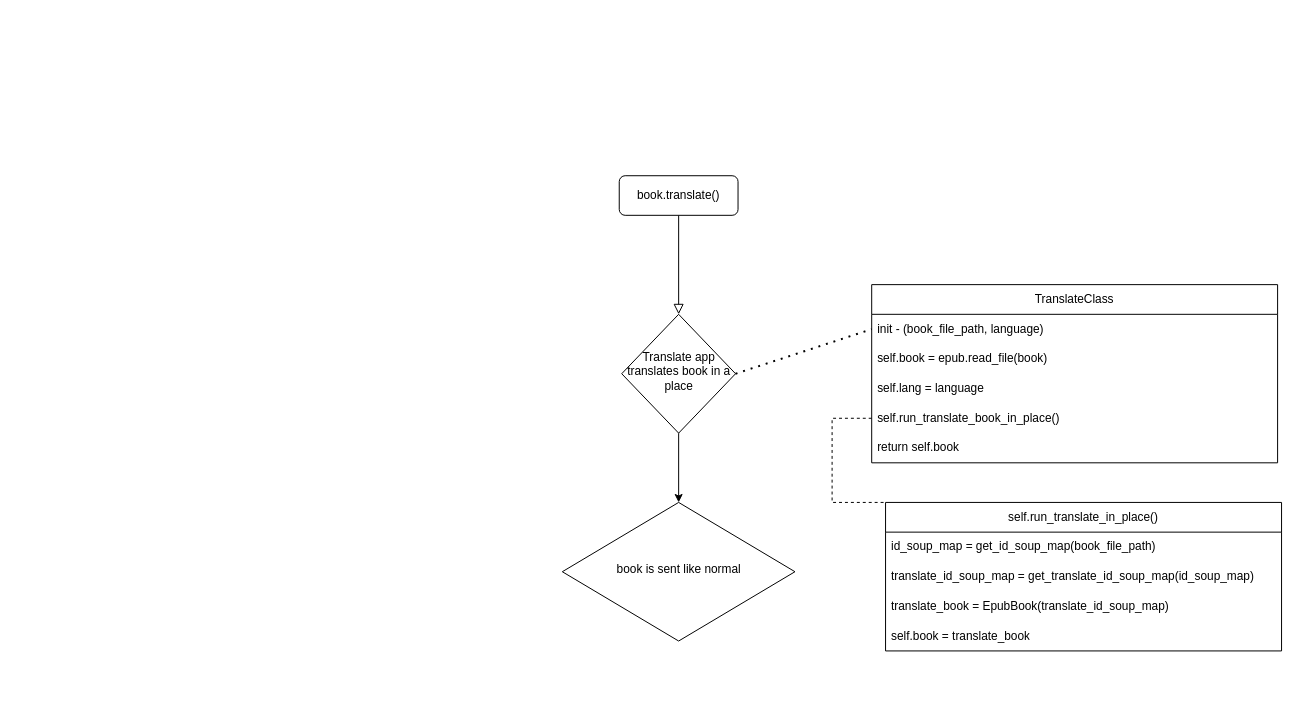
The draw.io diagram Untitled Diagram.drawio in bllendev/kalibre, before the edit. Source tidied: cells renumbered, new cells numbered last; positions are measured from the earlier drawing's top-left corner, leaving out a move shared by most shapes. Both pictures are drawn from the tidied source at 99%, with x=0, y=0 at pixel (562, 175).
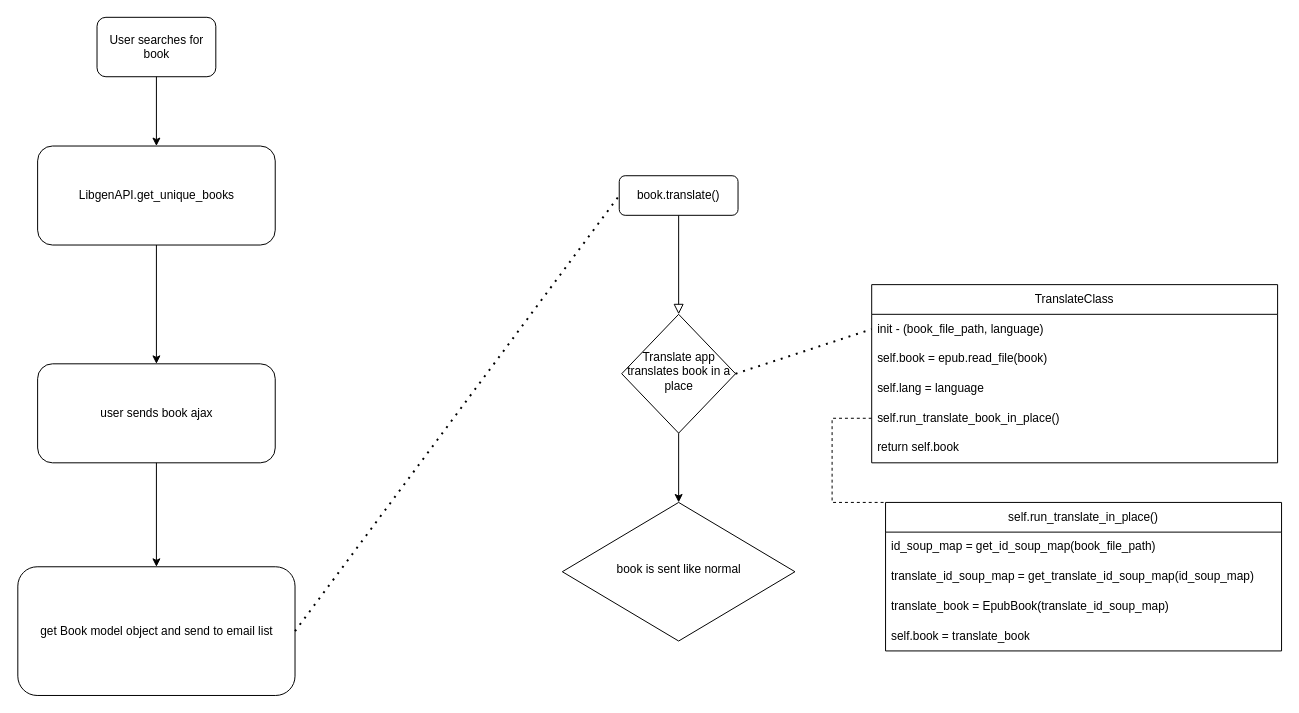
After the change.

The change refers to these unchanged cells:
```xml
<mxCell id="3" value="book.translate()" style="rounded=1;whiteSpace=wrap;html=1;fontSize=12;glass=0;strokeWidth=1;shadow=0;" parent="1" vertex="1">
  <mxGeometry x="57" width="120" height="40" as="geometry" />
</mxCell>
```

The edit, as a diff of the source:
```diff
@@
+    <mxCell id="20" value="User searches for book" style="rounded=1;whiteSpace=wrap;html=1;" parent="1" vertex="1">
+      <mxGeometry x="-470.5" y="-160" width="120" height="60" as="geometry" />
+    </mxCell>
+    <mxCell id="21" value="LibgenAPI.get_unique_books" style="rounded=1;whiteSpace=wrap;html=1;" parent="1" vertex="1">
+      <mxGeometry x="-530.5" y="-30" width="240" height="100" as="geometry" />
+    </mxCell>
+    <mxCell id="22" style="endArrow=classic;html=1;rounded=0;exitX=0.5;exitY=1;exitDx=0;exitDy=0;" parent="1" edge="1" source="20" target="21">
+      <mxGeometry relative="1" as="geometry" />
+    </mxCell>
+    <mxCell id="23" value="user sends book ajax" style="rounded=1;whiteSpace=wrap;html=1;" parent="1" vertex="1">
+      <mxGeometry x="-530.5" y="190" width="240" height="100" as="geometry" />
+    </mxCell>
+    <mxCell id="24" style="endArrow=classic;html=1;rounded=0;exitX=0.5;exitY=1;exitDx=0;exitDy=0;" parent="1" edge="1" source="21" target="23">
+      <mxGeometry relative="1" as="geometry" />
+    </mxCell>
+    <mxCell id="25" value="get Book model object and send to email list" style="rounded=1;whiteSpace=wrap;html=1;" parent="1" vertex="1">
+      <mxGeometry x="-550.5" y="395" width="280" height="130" as="geometry" />
+    </mxCell>
+    <mxCell id="26" style="endArrow=classic;html=1;rounded=0;exitX=0.5;exitY=1;exitDx=0;exitDy=0;" parent="1" edge="1" source="23" target="25">
+      <mxGeometry relative="1" as="geometry" />
+    </mxCell>
+    <mxCell id="27" style="endArrow=none;dashed=1;html=1;dashPattern=1 3;strokeWidth=2;rounded=0;exitX=1;exitY=0.5;exitDx=0;exitDy=0;entryX=0;entryY=0.5;entryDx=0;entryDy=0;" parent="1" edge="1" source="25" target="3">
+      <mxGeometry relative="1" as="geometry" />
+    </mxCell>
```
